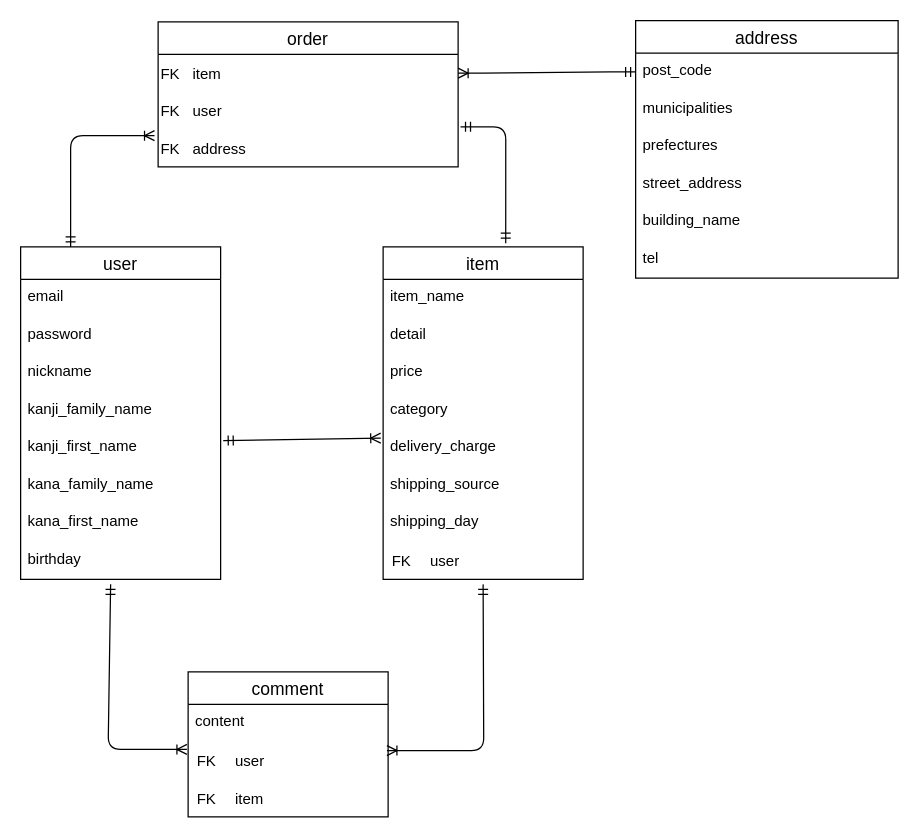
Earlier version of the draw.io diagram furima.dio (y-uchi/furima-40353). Source tidied: cells renumbered, new cells numbered last; positions are measured from the earlier drawing's top-left corner, leaving out a move shared by most shapes. Both pictures are drawn from the tidied source at 125%, with x=0, y=0 at pixel (20, 20).
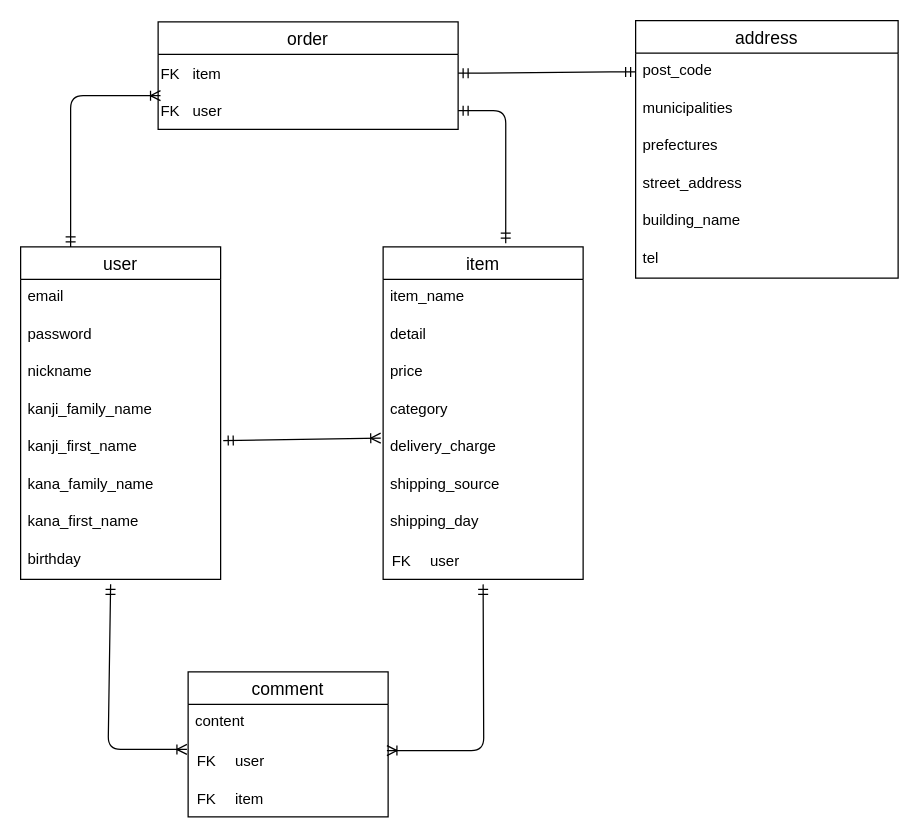
Above is the later version.

Commit message (it also covers changes not shown here):
テーブル設計修正２

The change refers to these unchanged cells:
```xml
<mxCell id="2" value="user" style="swimlane;fontStyle=0;horizontal=1;startSize=26;align=center;fontSize=14;" parent="1" vertex="1">
  <mxGeometry y="181" width="160" height="266" as="geometry" />
</mxCell>
<mxCell id="11" value="item" style="swimlane;fontStyle=0;horizontal=1;startSize=26;align=center;fontSize=14;" parent="1" vertex="1">
  <mxGeometry x="290" y="181" width="160" height="266" as="geometry" />
</mxCell>
<mxCell id="35" style="shape=tableRow;horizontal=0;startSize=0;swimlaneHead=0;swimlaneBody=0;fillColor=none;points=[[0,0.5],[1,0.5]];portConstraint=eastwest;top=0;left=0;right=0;bottom=0;" parent="34" vertex="1">
  <mxGeometry width="240" height="30" as="geometry" />
</mxCell>
<mxCell id="38" style="shape=tableRow;horizontal=0;startSize=0;swimlaneHead=0;swimlaneBody=0;fillColor=none;points=[[0,0.5],[1,0.5]];portConstraint=eastwest;top=0;left=0;right=0;bottom=0;" parent="34" vertex="1">
  <mxGeometry y="30" width="240" height="30" as="geometry" />
</mxCell>
<mxCell id="50" value="post_code" style="text;strokeColor=none;fillColor=none;spacingLeft=4;spacingRight=4;overflow=hidden;points=[[0,0.5],[1,0.5]];portConstraint=eastwest;fontSize=12;" parent="49" vertex="1">
  <mxGeometry y="26" width="210" height="30" as="geometry" />
</mxCell>
```

The edit, as a diff of the source:
```diff
@@
     <mxCell id="33" value="order" style="swimlane;fontStyle=0;horizontal=1;startSize=26;align=center;fontSize=14;" parent="1" vertex="1">
-      <mxGeometry x="110" y="1" width="240" height="116" as="geometry" />
+      <mxGeometry x="110" y="1" width="240" height="86" as="geometry" />
     </mxCell>
     <mxCell id="34" style="shape=table;startSize=0;childLayout=tableLayout;rowLines=0;fontStyle=0;align=center;strokeColor=none;fillColor=none;" parent="33" vertex="1">
-      <mxGeometry y="26" width="240" height="90" as="geometry" />
+      <mxGeometry y="26" width="240" height="60" as="geometry" />
     </mxCell>
@@
-    <mxCell id="41" style="shape=tableRow;horizontal=0;startSize=0;swimlaneHead=0;swimlaneBody=0;fillColor=none;points=[[0,0.5],[1,0.5]];portConstraint=eastwest;top=0;left=0;right=0;bottom=0;" parent="34" vertex="1">
-      <mxGeometry y="60" width="240" height="30" as="geometry" />
-    </mxCell>
-    <mxCell id="42" value="FK" style="shape=partialRectangle;fillColor=none;top=0;left=0;bottom=0;right=0;fontStyle=0;overflow=hidden;" parent="41" vertex="1">
-      <mxGeometry width="20" height="30" as="geometry" />
-    </mxCell>
-    <mxCell id="43" value="address" style="shape=partialRectangle;fillColor=none;top=0;left=0;bottom=0;right=0;align=left;spacingLeft=6;fontStyle=0;overflow=hidden;" parent="41" vertex="1">
-      <mxGeometry x="20" width="220" height="30" as="geometry" />
-    </mxCell>
-    <mxCell id="44" style="edgeStyle=orthogonalEdgeStyle;fontSize=12;html=1;endArrow=ERmandOne;startArrow=ERmandOne;entryX=1.008;entryY=-0.067;entryDx=0;entryDy=0;exitX=0.613;exitY=-0.011;exitDx=0;exitDy=0;exitPerimeter=0;entryPerimeter=0;" parent="1" edge="1" source="11" target="41">
+    <mxCell id="44" style="edgeStyle=orthogonalEdgeStyle;fontSize=12;html=1;endArrow=ERmandOne;startArrow=ERmandOne;entryX=1;entryY=0.5;entryDx=0;entryDy=0;exitX=0.613;exitY=-0.011;exitDx=0;exitDy=0;exitPerimeter=0;" parent="1" edge="1" source="11" target="38">
       <mxGeometry relative="1" as="geometry" />
     </mxCell>
-    <mxCell id="45" style="edgeStyle=orthogonalEdgeStyle;fontSize=12;html=1;endArrow=ERoneToMany;startArrow=ERmandOne;exitX=0.25;exitY=0;exitDx=0;exitDy=0;entryX=-0.012;entryY=1.167;entryDx=0;entryDy=0;entryPerimeter=0;" parent="1" edge="1" source="2" target="38">
+    <mxCell id="45" style="edgeStyle=orthogonalEdgeStyle;fontSize=12;html=1;endArrow=ERoneToMany;startArrow=ERmandOne;exitX=0.25;exitY=0;exitDx=0;exitDy=0;entryX=0.008;entryY=0.1;entryDx=0;entryDy=0;entryPerimeter=0;" parent="1" edge="1" source="2" target="38">
       <mxGeometry relative="1" as="geometry" />
     </mxCell>
@@
-    <mxCell id="56" style="edgeStyle=entityRelationEdgeStyle;fontSize=12;html=1;endArrow=ERoneToMany;startArrow=ERmandOne;entryX=1;entryY=0.5;entryDx=0;entryDy=0;exitX=0;exitY=0.5;exitDx=0;exitDy=0;" parent="1" edge="1" source="50" target="35">
-      <mxGeometry relative="1" as="geometry" />
-    </mxCell>
+    <mxCell id="57" style="edgeStyle=entityRelationEdgeStyle;fontSize=12;html=1;endArrow=ERmandOne;startArrow=ERmandOne;entryX=0;entryY=0.5;entryDx=0;entryDy=0;exitX=1;exitY=0.5;exitDx=0;exitDy=0;" parent="1" edge="1" source="35" target="50">
+      <mxGeometry relative="1" as="geometry" />
+    </mxCell>
```
